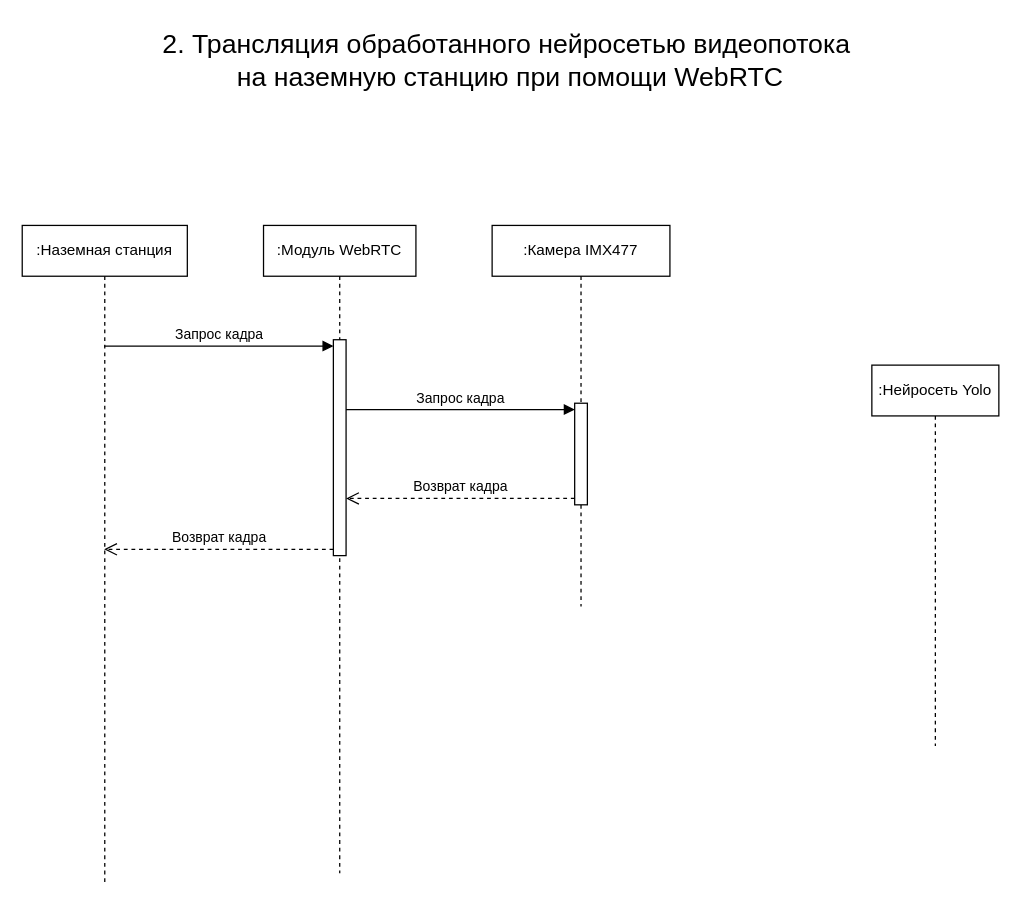
zimkov/system-engineering-playbook keeps this draw.io diagram as src/diagrams/uml-sequence/sequence_2.drawio. Above is the earlier version. Source tidied: cells renumbered, new cells numbered last; positions are measured from the earlier drawing's top-left corner, leaving out a move shared by most shapes. Both pictures are drawn from the tidied source at 127%, with x=0, y=0 at pixel (22, 22).
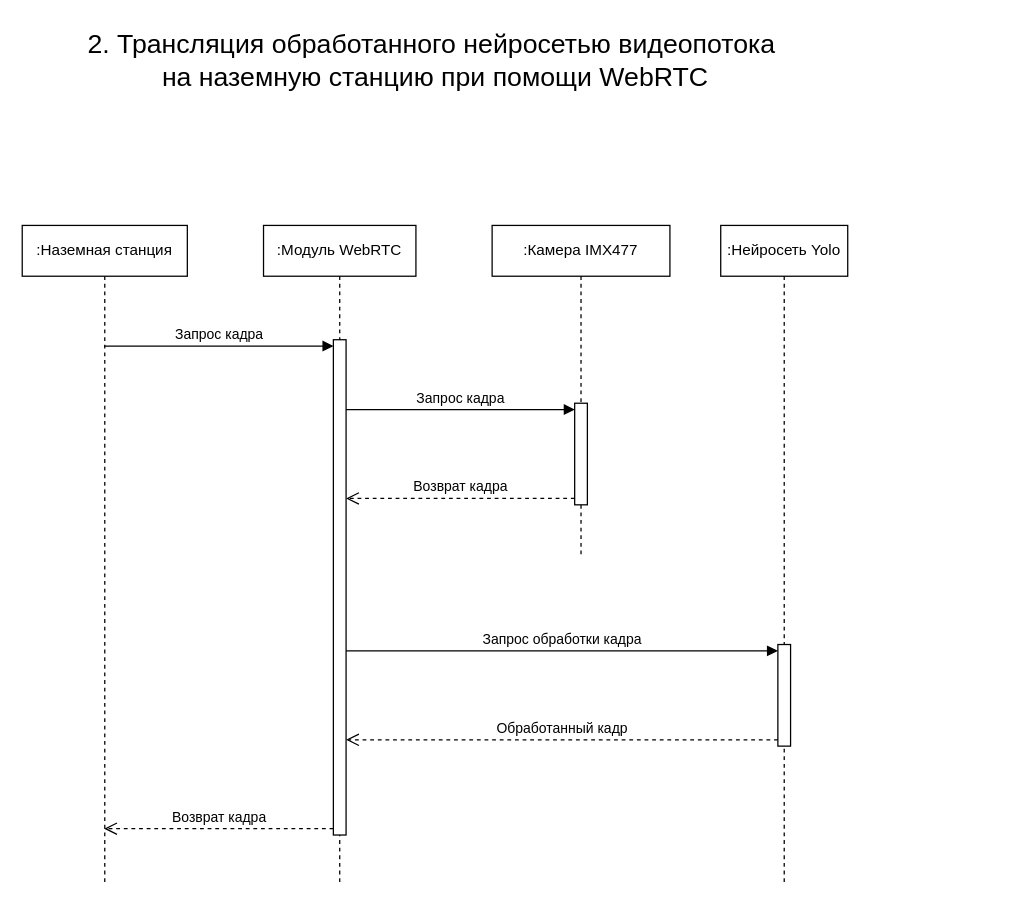
Above is the later version.

What changed in the source:
```diff
@@
 <mxGraphModel>
   <root>
     <mxCell id="0" />
     <mxCell id="1" parent="0" />
     <mxCell id="2" value=":Камера IMX477" style="shape=umlLifeline;perimeter=lifelinePerimeter;whiteSpace=wrap;html=1;newEdgeStyle={&quot;curved&quot;:0,&quot;rounded&quot;:0};" parent="1" vertex="1">
-      <mxGeometry x="370" y="160" width="140" height="300" as="geometry" />
+      <mxGeometry x="370" y="160" width="140" height="260" as="geometry" />
     </mxCell>
     <mxCell id="3" style="html=1;points=[[0,0,0,0,5],[0,1,0,0,-5],[1,0,0,0,5],[1,1,0,0,-5]];perimeter=orthogonalPerimeter;outlineConnect=0;targetShapes=umlLifeline;portConstraint=eastwest;newEdgeStyle={&quot;curved&quot;:0,&quot;rounded&quot;:0};" parent="2" vertex="1">
       <mxGeometry x="65" y="140" width="10" height="80" as="geometry" />
     </mxCell>
     <mxCell id="4" value="&lt;div&gt;2. Трансляция обработанного нейросетью видеопотока&amp;nbsp;&lt;/div&gt;&lt;div&gt;на наземную станцию при помощи WebRTC&lt;/div&gt;" style="text;html=1;align=center;verticalAlign=middle;strokeColor=none;fillColor=none;fontSize=21;" parent="1" vertex="1">
-      <mxGeometry x="99" width="570" height="60" as="geometry" />
+      <mxGeometry x="40" width="570" height="60" as="geometry" />
     </mxCell>
     <mxCell id="5" value=":Нейросеть Yolo" style="shape=umlLifeline;perimeter=lifelinePerimeter;whiteSpace=wrap;html=1;newEdgeStyle={&quot;curved&quot;:0,&quot;rounded&quot;:0};" parent="1" vertex="1">
-      <mxGeometry x="669" y="270" width="100" height="300" as="geometry" />
+      <mxGeometry x="550" y="160" width="100" height="520" as="geometry" />
     </mxCell>
+    <mxCell id="13" style="html=1;points=[[0,0,0,0,5],[0,1,0,0,-5],[1,0,0,0,5],[1,1,0,0,-5]];perimeter=orthogonalPerimeter;outlineConnect=0;targetShapes=umlLifeline;portConstraint=eastwest;newEdgeStyle={&quot;curved&quot;:0,&quot;rounded&quot;:0};" parent="5" vertex="1">
+      <mxGeometry x="45" y="330" width="10" height="80" as="geometry" />
+    </mxCell>
     <mxCell id="6" value=":Наземная станция" style="shape=umlLifeline;perimeter=lifelinePerimeter;whiteSpace=wrap;html=1;outlineConnect=0;portConstraint=eastwest;newEdgeStyle={&quot;curved&quot;:0,&quot;rounded&quot;:0};" parent="1" vertex="1">
       <mxGeometry y="160" width="130" height="520" as="geometry" />
     </mxCell>
     <mxCell id="7" value=":Модуль WebRTC" style="shape=umlLifeline;perimeter=lifelinePerimeter;whiteSpace=wrap;html=1;newEdgeStyle={&quot;curved&quot;:0,&quot;rounded&quot;:0};" parent="1" vertex="1">
-      <mxGeometry x="190" y="160" width="120" height="510" as="geometry" />
+      <mxGeometry x="190" y="160" width="120" height="520" as="geometry" />
     </mxCell>
     <mxCell id="8" style="html=1;points=[[0,0,0,0,5],[0,1,0,0,-5],[1,0,0,0,5],[1,1,0,0,-5]];perimeter=orthogonalPerimeter;outlineConnect=0;targetShapes=umlLifeline;portConstraint=eastwest;newEdgeStyle={&quot;curved&quot;:0,&quot;rounded&quot;:0};" parent="7" vertex="1">
-      <mxGeometry x="55" y="90" width="10" height="170" as="geometry" />
+      <mxGeometry x="55" y="90" width="10" height="390" as="geometry" />
     </mxCell>
     <mxCell id="9" value="Запрос кадра" style="html=1;verticalAlign=bottom;endArrow=block;curved=0;rounded=0;entryX=0;entryY=0;entryDx=0;entryDy=5;" parent="1" edge="1" source="6" target="8">
       <mxGeometry relative="1" as="geometry" />
     </mxCell>
     <mxCell id="10" value="Возврат кадра" style="html=1;verticalAlign=bottom;endArrow=open;dashed=1;endSize=8;curved=0;rounded=0;exitX=0;exitY=1;exitDx=0;exitDy=-5;" parent="1" edge="1" source="8" target="6">
       <mxGeometry relative="1" as="geometry" />
     </mxCell>
     <mxCell id="11" value="Запрос кадра" style="html=1;verticalAlign=bottom;endArrow=block;curved=0;rounded=0;entryX=0;entryY=0;entryDx=0;entryDy=5;" parent="1" edge="1" source="8" target="3">
       <mxGeometry relative="1" as="geometry" />
     </mxCell>
     <mxCell id="12" value="Возврат кадра" style="html=1;verticalAlign=bottom;endArrow=open;dashed=1;endSize=8;curved=0;rounded=0;exitX=0;exitY=1;exitDx=0;exitDy=-5;" parent="1" edge="1" source="3" target="8">
       <mxGeometry relative="1" as="geometry" />
     </mxCell>
+    <mxCell id="14" value="Запрос обработки кадра" style="html=1;verticalAlign=bottom;endArrow=block;curved=0;rounded=0;entryX=0;entryY=0;entryDx=0;entryDy=5;" parent="1" edge="1" source="8" target="13">
+      <mxGeometry relative="1" as="geometry" />
+    </mxCell>
+    <mxCell id="15" value="Обработанный кадр" style="html=1;verticalAlign=bottom;endArrow=open;dashed=1;endSize=8;curved=0;rounded=0;exitX=0;exitY=1;exitDx=0;exitDy=-5;" parent="1" edge="1" source="13" target="8">
+      <mxGeometry relative="1" as="geometry" />
+    </mxCell>
   </root>
 </mxGraphModel>
```
